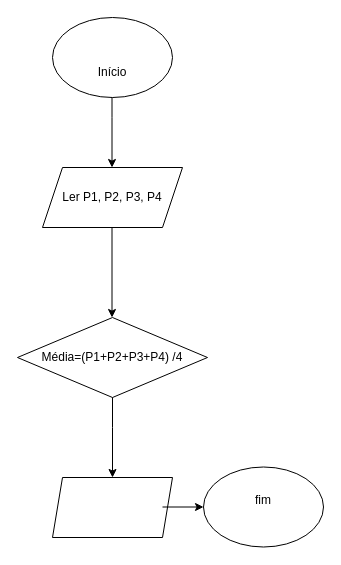
This is fluxo1.drawio from zenoxx244/diagrama, a draw.io file, before an edit. Source tidied: cells renumbered, new cells numbered last; positions are measured from the earlier drawing's top-left corner, leaving out a move shared by most shapes. Both pictures are drawn from the tidied source at 100%, with x=0, y=0 at pixel (17, 17).
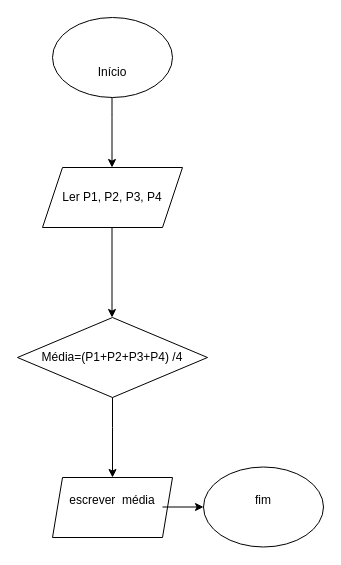
The same diagram, later.

The edit, as a diff of the source:
```diff
@@
 <mxGraphModel>
   <root>
     <mxCell id="0" />
     <mxCell id="1" parent="0" />
     <mxCell id="2" value="&lt;div&gt;&lt;br&gt;&lt;/div&gt;&lt;div&gt;&lt;br&gt;&lt;/div&gt;&lt;div&gt;Início&lt;/div&gt;" style="ellipse;whiteSpace=wrap;html=1;shapeInside=1;" parent="1" vertex="1">
       <mxGeometry x="35" width="120" height="80" as="geometry" />
     </mxCell>
     <mxCell id="3" style="endArrow=classic;html=1;rounded=0;" parent="1" edge="1">
       <mxGeometry relative="1" as="geometry">
         <mxPoint x="94.5" y="80" as="sourcePoint" />
         <mxPoint x="94.5" y="150" as="targetPoint" />
         <Array as="points">
           <mxPoint x="94.5" y="100" />
         </Array>
       </mxGeometry>
     </mxCell>
     <mxCell id="4" value="Ler P1, P2, P3, P4" style="shape=parallelogram;perimeter=parallelogramPerimeter;whiteSpace=wrap;html=1;shapeInside=1;fixedSize=1;" parent="1" vertex="1">
       <mxGeometry x="25" y="150" width="140" height="60" as="geometry" />
     </mxCell>
     <mxCell id="5" style="endArrow=classic;html=1;rounded=0;" parent="1" edge="1">
       <mxGeometry relative="1" as="geometry">
         <mxPoint x="94.5" y="210" as="sourcePoint" />
         <mxPoint x="94.5" y="300" as="targetPoint" />
         <Array as="points">
           <mxPoint x="94.5" y="300" />
         </Array>
       </mxGeometry>
     </mxCell>
     <mxCell id="6" style="edgeStyle=orthogonalEdgeStyle;rounded=0;orthogonalLoop=1;jettySize=auto;html=1;innerLoopWaypoints=1;exitX=0.5;exitY=1;exitDx=0;exitDy=0;" parent="1" edge="1" source="2" target="2">
       <mxGeometry relative="1" as="geometry" />
     </mxCell>
     <mxCell id="7" value="Média=(P1+P2+P3+P4) /4" style="rhombus;whiteSpace=wrap;html=1;shapeInside=1;" parent="1" vertex="1">
       <mxGeometry y="300" width="190" height="80" as="geometry" />
     </mxCell>
-    <mxCell id="8" style="shape=parallelogram;perimeter=parallelogramPerimeter;whiteSpace=wrap;html=1;shapeInside=1;fixedSize=1;size=10;" parent="1" vertex="1">
+    <mxCell id="8" value="escrever&amp;nbsp; média&lt;div&gt;&lt;br/&gt;&lt;/div&gt;" style="shape=parallelogram;perimeter=parallelogramPerimeter;whiteSpace=wrap;html=1;shapeInside=1;fixedSize=1;size=10;" parent="1" vertex="1">
       <mxGeometry x="35" y="460" width="120" height="60" as="geometry" />
     </mxCell>
     <mxCell id="9" style="endArrow=classic;html=1;rounded=0;entryX=0.5;entryY=0;entryDx=0;entryDy=0;" parent="1" edge="1" source="7" target="8">
       <mxGeometry relative="1" as="geometry">
         <Array as="points">
           <mxPoint x="95" y="410" />
         </Array>
       </mxGeometry>
     </mxCell>
     <mxCell id="10" style="endArrow=classic;html=1;rounded=0;" parent="1" edge="1" target="11">
       <mxGeometry relative="1" as="geometry">
         <mxPoint x="145" y="489.5" as="sourcePoint" />
       </mxGeometry>
     </mxCell>
     <mxCell id="11" value="fim&lt;div&gt;&lt;br/&gt;&lt;/div&gt;" style="ellipse;whiteSpace=wrap;html=1;shapeInside=1;" parent="1" vertex="1">
       <mxGeometry x="186" y="449.5" width="120" height="80" as="geometry" />
     </mxCell>
   </root>
 </mxGraphModel>
```
